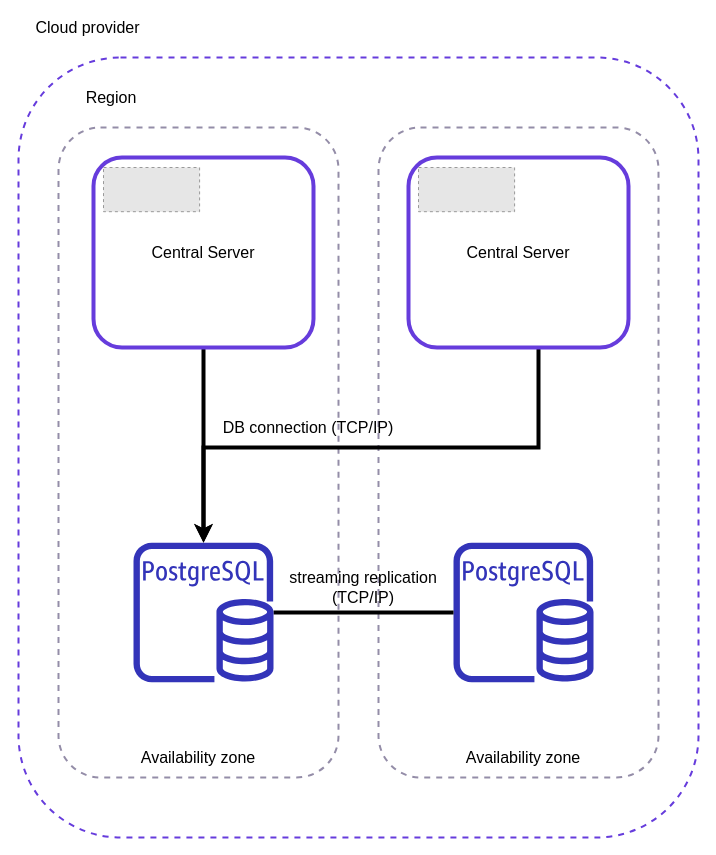
The draw.io diagram doc/Manuals/img/ig-cs_cloud_db_cluster.drawio in nordic-institute/X-Road, before the edit. Source tidied: cells renumbered, new cells numbered last; positions are measured from the earlier drawing's top-left corner, leaving out a move shared by most shapes. Both pictures are drawn from the tidied source at 100%, with x=0, y=0 at pixel (18, 17). Pictures stored in the file or linked from it are replaced by grey dashed boxes.
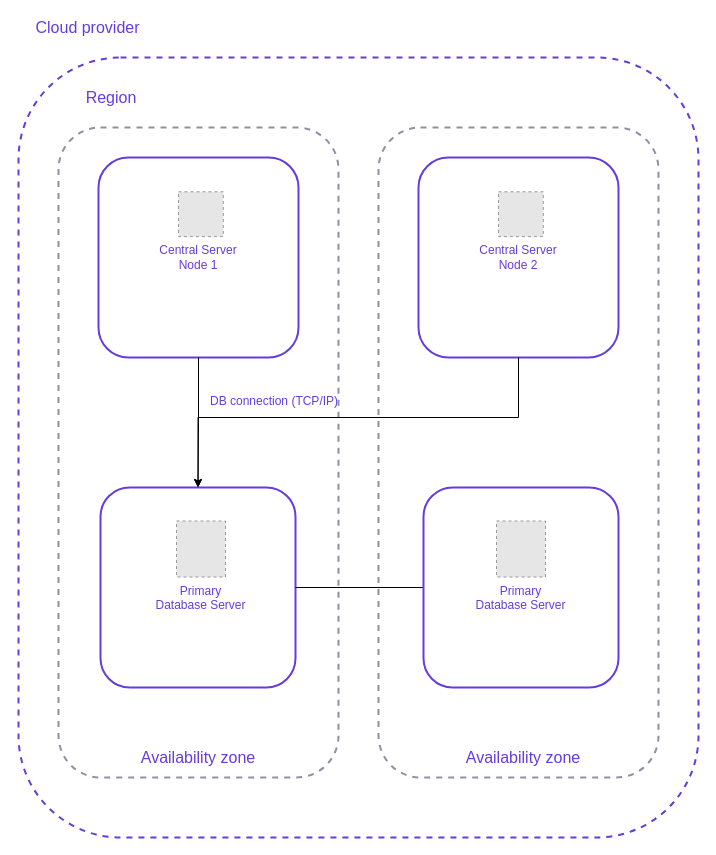
Above is the later version.

The edit, as a diff of the source:
```diff
@@
-    <mxCell id="5" style="edgeStyle=orthogonalEdgeStyle;rounded=0;jettySize=auto;html=1;endArrow=classic;endFill=1;strokeWidth=4;" parent="1" edge="1" source="6" target="16">
-      <mxGeometry relative="1" as="geometry" />
-    </mxCell>
-    <mxCell id="6" value="&lt;font style=&quot;font-size: 16px&quot;&gt;Central Server&lt;br&gt;&lt;/font&gt;" style="rounded=1;whiteSpace=wrap;html=1;strokeWidth=4;strokeColor=#663CDC;fillColor=none;" parent="1" vertex="1">
-      <mxGeometry x="75" y="140" width="220" height="190" as="geometry" />
-    </mxCell>
-    <mxCell id="7" style="fillColor=#E6E6E6;strokeColor=#999999;dashed=1;verticalLabelPosition=bottom;labelBackgroundColor=#ffffff;verticalAlign=top;" parent="1" vertex="1">
-      <mxGeometry x="85" y="150" width="96.1" height="44.2" as="geometry" />
-    </mxCell>
-    <mxCell id="8" style="edgeStyle=orthogonalEdgeStyle;rounded=0;jettySize=auto;html=1;endArrow=classic;endFill=1;strokeWidth=4;" parent="1" edge="1" source="9" target="16">
-      <mxGeometry relative="1" as="geometry">
-        <Array as="points">
-          <mxPoint x="520" y="430" />
-          <mxPoint x="185" y="430" />
-        </Array>
-      </mxGeometry>
-    </mxCell>
-    <mxCell id="9" value="&lt;font style=&quot;font-size: 16px&quot;&gt;Central Server&lt;br&gt;&lt;/font&gt;" style="rounded=1;whiteSpace=wrap;html=1;strokeWidth=4;strokeColor=#663CDC;fillColor=none;" parent="1" vertex="1">
-      <mxGeometry x="390" y="140" width="220" height="190" as="geometry" />
-    </mxCell>
-    <mxCell id="10" style="fillColor=#E6E6E6;strokeColor=#999999;dashed=1;verticalLabelPosition=bottom;labelBackgroundColor=#ffffff;verticalAlign=top;" parent="1" vertex="1">
-      <mxGeometry x="400" y="150" width="96.1" height="44.2" as="geometry" />
-    </mxCell>
-    <mxCell id="11" value="&lt;font style=&quot;font-size: 16px&quot;&gt;Region&lt;/font&gt;" style="text;html=1;strokeColor=none;fillColor=none;align=center;verticalAlign=middle;whiteSpace=wrap;rounded=0;dashed=1;" parent="1" vertex="1">
+    <mxCell id="11" value="&lt;font style=&quot;font-size: 16px&quot;&gt;Region&lt;/font&gt;" style="text;html=1;strokeColor=none;fillColor=none;align=center;verticalAlign=middle;whiteSpace=wrap;rounded=0;dashed=1;fontColor=#663CDC;" parent="1" vertex="1">
       <mxGeometry x="53" y="70" width="80" height="20" as="geometry" />
     </mxCell>
-    <mxCell id="12" value="&lt;font style=&quot;font-size: 16px&quot;&gt;Availability zone&lt;/font&gt;" style="text;html=1;strokeColor=none;fillColor=none;align=center;verticalAlign=middle;whiteSpace=wrap;rounded=0;dashed=1;" parent="1" vertex="1">
+    <mxCell id="12" value="&lt;font style=&quot;font-size: 16px&quot;&gt;Availability zone&lt;/font&gt;" style="text;html=1;strokeColor=none;fillColor=none;align=center;verticalAlign=middle;whiteSpace=wrap;rounded=0;dashed=1;fontColor=#663CDC;" parent="1" vertex="1">
       <mxGeometry x="115" y="730" width="130" height="20" as="geometry" />
     </mxCell>
-    <mxCell id="13" value="&lt;font style=&quot;font-size: 16px&quot;&gt;Availability zone&lt;/font&gt;" style="text;html=1;strokeColor=none;fillColor=none;align=center;verticalAlign=middle;whiteSpace=wrap;rounded=0;dashed=1;" parent="1" vertex="1">
+    <mxCell id="13" value="&lt;font style=&quot;font-size: 16px&quot;&gt;Availability zone&lt;/font&gt;" style="text;html=1;strokeColor=none;fillColor=none;align=center;verticalAlign=middle;whiteSpace=wrap;rounded=0;dashed=1;fontColor=#663CDC;" parent="1" vertex="1">
       <mxGeometry x="440" y="730" width="130" height="20" as="geometry" />
     </mxCell>
-    <mxCell id="14" style="outlineConnect=0;fontColor=#232F3E;gradientColor=none;fillColor=#3334B9;strokeColor=none;dashed=0;verticalLabelPosition=bottom;verticalAlign=top;align=center;html=1;fontSize=12;fontStyle=0;shape=mxgraph.aws4.rds_postgresql_instance;" parent="1" vertex="1">
-      <mxGeometry x="435" y="525" width="140" height="140" as="geometry" />
-    </mxCell>
-    <mxCell id="15" style="edgeStyle=orthogonalEdgeStyle;rounded=0;jettySize=auto;html=1;strokeWidth=4;endArrow=none;endFill=0;" parent="1" edge="1" source="16" target="14">
-      <mxGeometry relative="1" as="geometry" />
-    </mxCell>
-    <mxCell id="16" style="outlineConnect=0;fontColor=#232F3E;gradientColor=none;fillColor=#3334B9;strokeColor=none;dashed=0;verticalLabelPosition=bottom;verticalAlign=top;align=center;html=1;fontSize=12;fontStyle=0;shape=mxgraph.aws4.rds_postgresql_instance;" parent="1" vertex="1">
-      <mxGeometry x="115" y="525" width="140" height="140" as="geometry" />
-    </mxCell>
+    <mxCell id="19" value="&lt;font style=&quot;font-size: 16px&quot;&gt;Cloud provider&lt;/font&gt;" style="text;html=1;strokeColor=none;fillColor=none;align=center;verticalAlign=middle;whiteSpace=wrap;rounded=0;dashed=1;fontColor=#663CDC;" parent="1" vertex="1">
+      <mxGeometry x="8.5" width="121" height="20" as="geometry" />
+    </mxCell>
+    <mxCell id="20" style="group;" parent="1" vertex="1">
+      <mxGeometry x="80" y="140" width="200" height="200" as="geometry" />
+    </mxCell>
+    <mxCell id="21" value="&lt;font color=&quot;#663cdc&quot;&gt;Central&amp;nbsp;Server&lt;br&gt;Node 1&lt;br&gt;&lt;/font&gt;" style="rounded=1;whiteSpace=wrap;html=1;strokeWidth=2;fillColor=none;strokeColor=#663CDC;" parent="20" vertex="1">
+      <mxGeometry width="200" height="200" as="geometry" />
+    </mxCell>
+    <mxCell id="22" style="fillColor=#E6E6E6;strokeColor=#999999;dashed=1;verticalLabelPosition=bottom;labelBackgroundColor=#ffffff;verticalAlign=top;" parent="20" vertex="1">
+      <mxGeometry x="80" y="34.3" width="44.8" height="44.8" as="geometry" />
+    </mxCell>
+    <mxCell id="23" style="group;" parent="1" vertex="1">
+      <mxGeometry x="400" y="140" width="200" height="200" as="geometry" />
+    </mxCell>
+    <mxCell id="24" value="&lt;font color=&quot;#663cdc&quot;&gt;Central&amp;nbsp;Server&lt;br&gt;Node 2&lt;br&gt;&lt;/font&gt;" style="rounded=1;whiteSpace=wrap;html=1;strokeWidth=2;fillColor=none;strokeColor=#663CDC;" parent="23" vertex="1">
+      <mxGeometry width="200" height="200" as="geometry" />
+    </mxCell>
+    <mxCell id="25" style="fillColor=#E6E6E6;strokeColor=#999999;dashed=1;verticalLabelPosition=bottom;labelBackgroundColor=#ffffff;verticalAlign=top;" parent="23" vertex="1">
+      <mxGeometry x="80" y="34.3" width="44.8" height="44.8" as="geometry" />
+    </mxCell>
+    <mxCell id="26" style="rounded=1;whiteSpace=wrap;html=1;strokeWidth=2;strokeColor=#663CDC;fillColor=none;" parent="1" vertex="1">
+      <mxGeometry x="82" y="470" width="195" height="200" as="geometry" />
+    </mxCell>
+    <mxCell id="27" value="Primary&#10;Database Server" style="fillColor=#E6E6E6;strokeColor=#999999;dashed=1;verticalLabelPosition=bottom;labelBackgroundColor=#ffffff;verticalAlign=top;fontColor=#663CDC;" parent="1" vertex="1">
+      <mxGeometry x="158" y="503.5" width="49" height="56" as="geometry" />
+    </mxCell>
+    <mxCell id="28" style="edgeStyle=orthogonalEdgeStyle;rounded=0;jettySize=auto;html=1;entryX=1;entryY=0.5;entryDx=0;entryDy=0;endArrow=none;endFill=0;" parent="1" edge="1" source="29" target="26">
+      <mxGeometry relative="1" as="geometry" />
+    </mxCell>
+    <mxCell id="29" style="rounded=1;whiteSpace=wrap;html=1;strokeWidth=2;strokeColor=#663CDC;fillColor=none;" parent="1" vertex="1">
+      <mxGeometry x="405" y="470" width="195" height="200" as="geometry" />
+    </mxCell>
+    <mxCell id="30" value="Primary&#10;Database Server" style="fillColor=#E6E6E6;strokeColor=#999999;dashed=1;verticalLabelPosition=bottom;labelBackgroundColor=#ffffff;verticalAlign=top;fontColor=#663CDC;" parent="1" vertex="1">
+      <mxGeometry x="478" y="503.5" width="49" height="56" as="geometry" />
+    </mxCell>
+    <mxCell id="31" style="edgeStyle=orthogonalEdgeStyle;rounded=0;jettySize=auto;html=1;entryX=0.5;entryY=0;entryDx=0;entryDy=0;" parent="1" edge="1" source="21" target="26">
+      <mxGeometry relative="1" as="geometry" />
+    </mxCell>
+    <mxCell id="32" style="edgeStyle=orthogonalEdgeStyle;rounded=0;jettySize=auto;html=1;entryX=0.5;entryY=0;entryDx=0;entryDy=0;" parent="1" edge="1" source="24" target="26">
+      <mxGeometry relative="1" as="geometry">
+        <Array as="points">
+          <mxPoint x="500" y="400" />
+          <mxPoint x="180" y="400" />
+        </Array>
+      </mxGeometry>
+    </mxCell>
-    <mxCell id="17" value="&lt;font style=&quot;font-size: 16px&quot;&gt;DB connection (TCP/IP)&lt;/font&gt;" style="text;html=1;strokeColor=none;fillColor=none;align=center;verticalAlign=middle;whiteSpace=wrap;rounded=0;dashed=1;" parent="1" vertex="1">
-      <mxGeometry x="200" y="400" width="180" height="20" as="geometry" />
+    <mxCell id="17" value="DB connection (TCP/IP)" style="text;html=1;fontColor=#663CDC;" parent="1" vertex="1">
+      <mxGeometry x="190" y="370" width="150" height="30" as="geometry" />
     </mxCell>
-    <mxCell id="18" value="&lt;font style=&quot;font-size: 16px&quot;&gt;streaming replication (TCP/IP)&lt;/font&gt;" style="text;html=1;strokeColor=none;fillColor=none;align=center;verticalAlign=middle;whiteSpace=wrap;rounded=0;dashed=1;" parent="1" vertex="1">
-      <mxGeometry x="255" y="560" width="180" height="20" as="geometry" />
-    </mxCell>
-    <mxCell id="19" value="&lt;font style=&quot;font-size: 16px&quot;&gt;Cloud provider&lt;/font&gt;" style="text;html=1;strokeColor=none;fillColor=none;align=center;verticalAlign=middle;whiteSpace=wrap;rounded=0;dashed=1;" parent="1" vertex="1">
-      <mxGeometry x="8.5" width="121" height="20" as="geometry" />
-    </mxCell>
```
